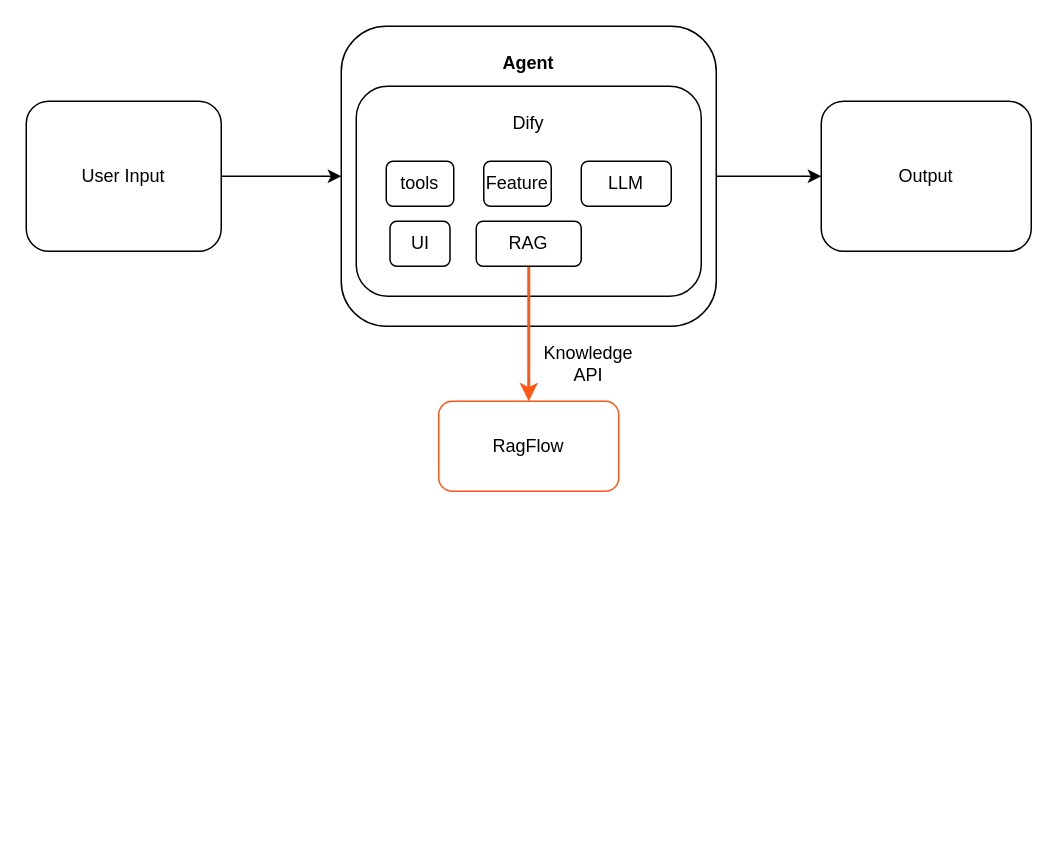
Earlier version of the draw.io diagram RAG&Dify.drawio (Formyselfonly/drawioFlowchart). Source tidied: cells renumbered, new cells numbered last; positions are measured from the earlier drawing's top-left corner, leaving out a move shared by most shapes. Both pictures are drawn from the tidied source at 150%, with x=0, y=0 at pixel (26, 26).
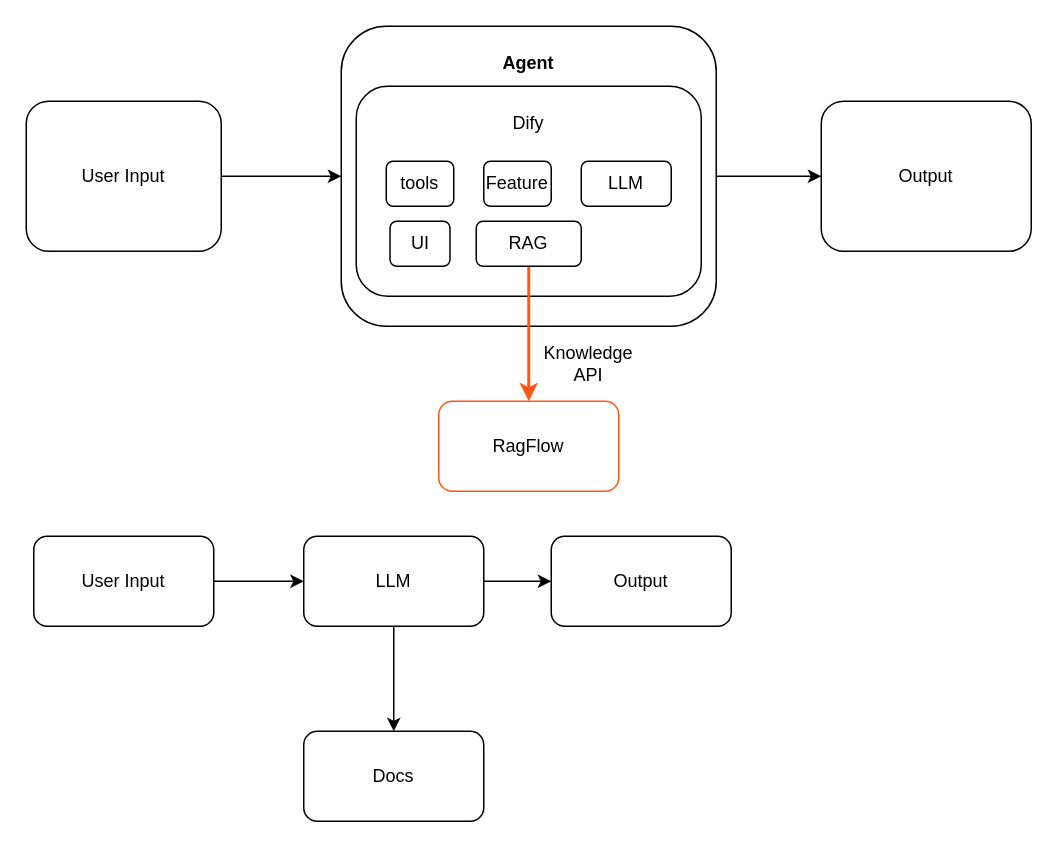
After the change.

What changed in the source:
```diff
@@
+    <mxCell id="18" style="edgeStyle=orthogonalEdgeStyle;rounded=0;jettySize=auto;html=1;entryX=0;entryY=0.5;entryDx=0;entryDy=0;" parent="1" edge="1" source="19" target="22">
+      <mxGeometry relative="1" as="geometry" />
+    </mxCell>
+    <mxCell id="19" value="User Input" style="rounded=1;whiteSpace=wrap;html=1;" parent="1" vertex="1">
+      <mxGeometry x="5" y="340" width="120" height="60" as="geometry" />
+    </mxCell>
+    <mxCell id="20" style="edgeStyle=orthogonalEdgeStyle;rounded=0;jettySize=auto;html=1;" parent="1" edge="1" source="22" target="24">
+      <mxGeometry relative="1" as="geometry" />
+    </mxCell>
+    <mxCell id="21" style="edgeStyle=orthogonalEdgeStyle;rounded=0;jettySize=auto;html=1;entryX=0;entryY=0.5;entryDx=0;entryDy=0;" parent="1" edge="1" source="22" target="23">
+      <mxGeometry relative="1" as="geometry" />
+    </mxCell>
+    <mxCell id="22" value="LLM" style="rounded=1;whiteSpace=wrap;html=1;" parent="1" vertex="1">
+      <mxGeometry x="185" y="340" width="120" height="60" as="geometry" />
+    </mxCell>
+    <mxCell id="23" value="Output" style="rounded=1;whiteSpace=wrap;html=1;" parent="1" vertex="1">
+      <mxGeometry x="350" y="340" width="120" height="60" as="geometry" />
+    </mxCell>
+    <mxCell id="24" value="Docs" style="rounded=1;whiteSpace=wrap;html=1;" parent="1" vertex="1">
+      <mxGeometry x="185" y="470" width="120" height="60" as="geometry" />
+    </mxCell>
```
